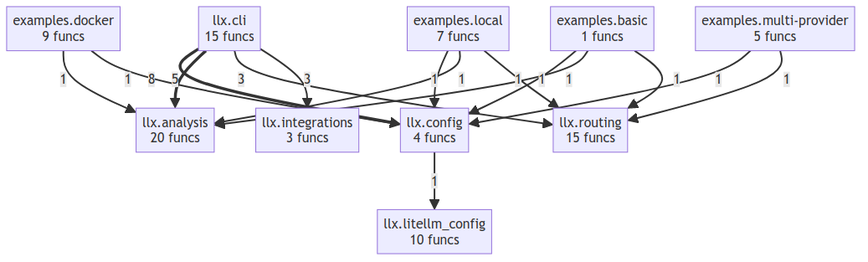
Above: project/compact_flow.png in semcod/llx (Mermaid), before the change. Its source is kept beside it as project/compact_flow.mmd. The source it was exported from:
```mermaid
flowchart TD
    examples_basic["examples.basic<br/>1 funcs"]
    examples_docker["examples.docker<br/>9 funcs"]
    examples_local["examples.local<br/>7 funcs"]
    examples_multi_provider["examples.multi-provider<br/>5 funcs"]
    llx_analysis["llx.analysis<br/>20 funcs"]
    llx_cli["llx.cli<br/>15 funcs"]
    llx_config["llx.config<br/>4 funcs"]
    llx_integrations["llx.integrations<br/>3 funcs"]
    llx_litellm_config["llx.litellm_config<br/>10 funcs"]
    llx_routing["llx.routing<br/>15 funcs"]
    llx_cli ==>|8| llx_config
    llx_cli ==>|5| llx_analysis
    llx_cli -->|3| llx_routing
    llx_cli -->|3| llx_integrations
    llx_config -->|1| llx_litellm_config
    examples_docker -->|1| llx_analysis
    examples_docker -->|1| llx_config
    examples_multi_provider -->|1| llx_config
    examples_multi_provider -->|1| llx_routing
    examples_local -->|1| llx_config
    examples_local -->|1| llx_analysis
    examples_local -->|1| llx_routing
    examples_basic -->|1| llx_config
    examples_basic -->|1| llx_analysis
    examples_basic -->|1| llx_routing
```
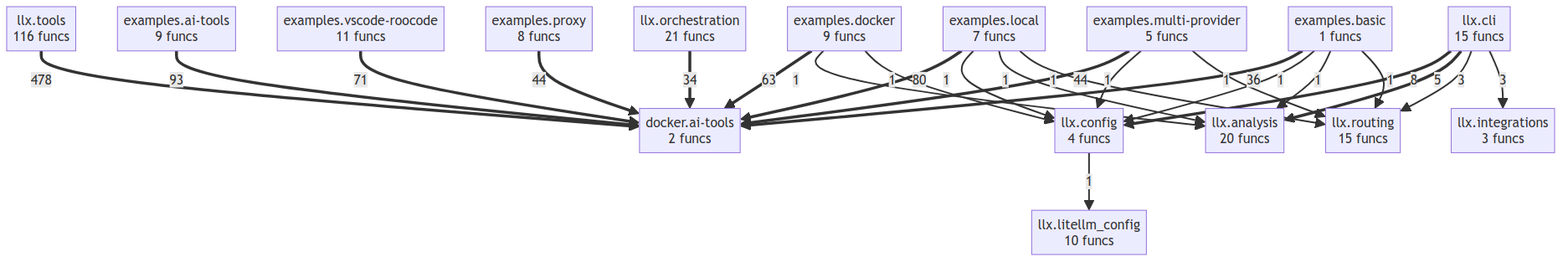
After the change.

What changed in the source:
```diff
@@ -1,14 +1,29 @@
 flowchart TD
+    docker_ai_tools["docker.ai-tools<br/>2 funcs"]
+    examples_ai_tools["examples.ai-tools<br/>9 funcs"]
     examples_basic["examples.basic<br/>1 funcs"]
     examples_docker["examples.docker<br/>9 funcs"]
     examples_local["examples.local<br/>7 funcs"]
     examples_multi_provider["examples.multi-provider<br/>5 funcs"]
+    examples_proxy["examples.proxy<br/>8 funcs"]
+    examples_vscode_roocode["examples.vscode-roocode<br/>11 funcs"]
     llx_analysis["llx.analysis<br/>20 funcs"]
     llx_cli["llx.cli<br/>15 funcs"]
     llx_config["llx.config<br/>4 funcs"]
     llx_integrations["llx.integrations<br/>3 funcs"]
     llx_litellm_config["llx.litellm_config<br/>10 funcs"]
+    llx_orchestration["llx.orchestration<br/>21 funcs"]
     llx_routing["llx.routing<br/>15 funcs"]
+    llx_tools["llx.tools<br/>116 funcs"]
+    llx_tools ==>|478| docker_ai_tools
+    examples_ai_tools ==>|93| docker_ai_tools
+    examples_local ==>|80| docker_ai_tools
+    examples_vscode_roocode ==>|71| docker_ai_tools
+    examples_docker ==>|63| docker_ai_tools
+    examples_proxy ==>|44| docker_ai_tools
+    examples_multi_provider ==>|44| docker_ai_tools
+    examples_basic ==>|36| docker_ai_tools
+    llx_orchestration ==>|34| docker_ai_tools
     llx_cli ==>|8| llx_config
     llx_cli ==>|5| llx_analysis
     llx_cli -->|3| llx_routing
```
